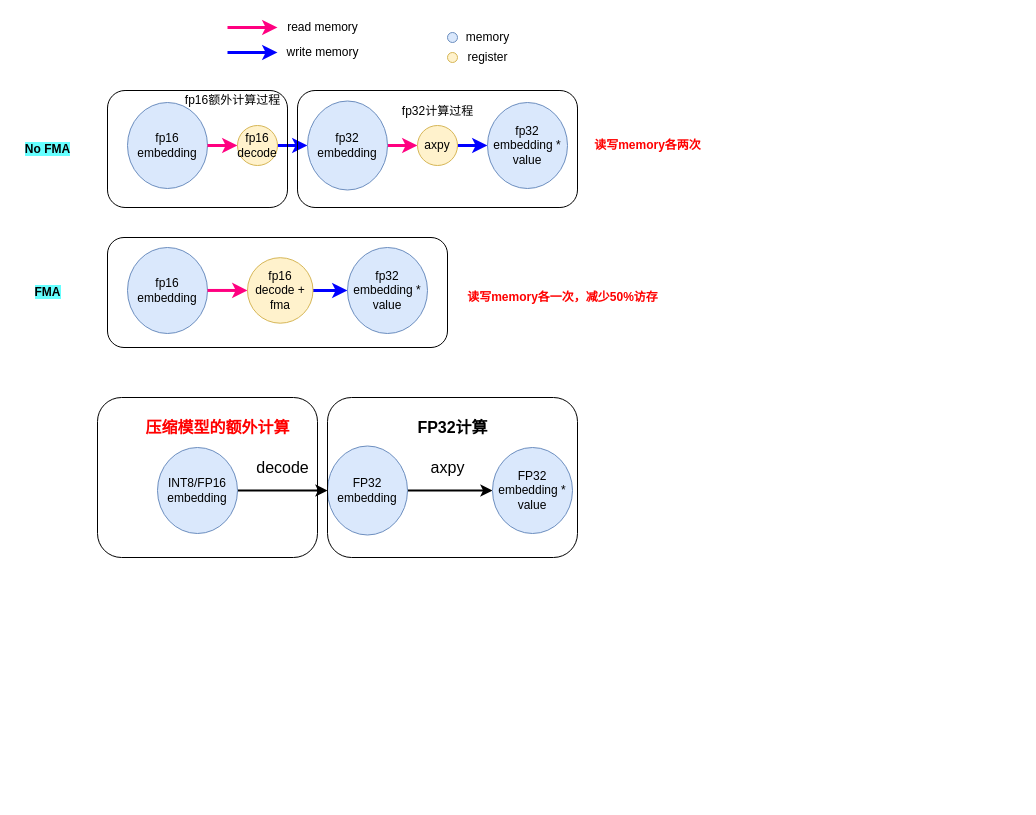
Above: Build Input.drawio in 111qqz/2018FALL (draw.io), before the change. Source tidied: cells renumbered, new cells numbered last; positions are measured from the earlier drawing's top-left corner, leaving out a move shared by most shapes. Both pictures are drawn from the tidied source at 100%, with x=0, y=0 at pixel (17, 17).
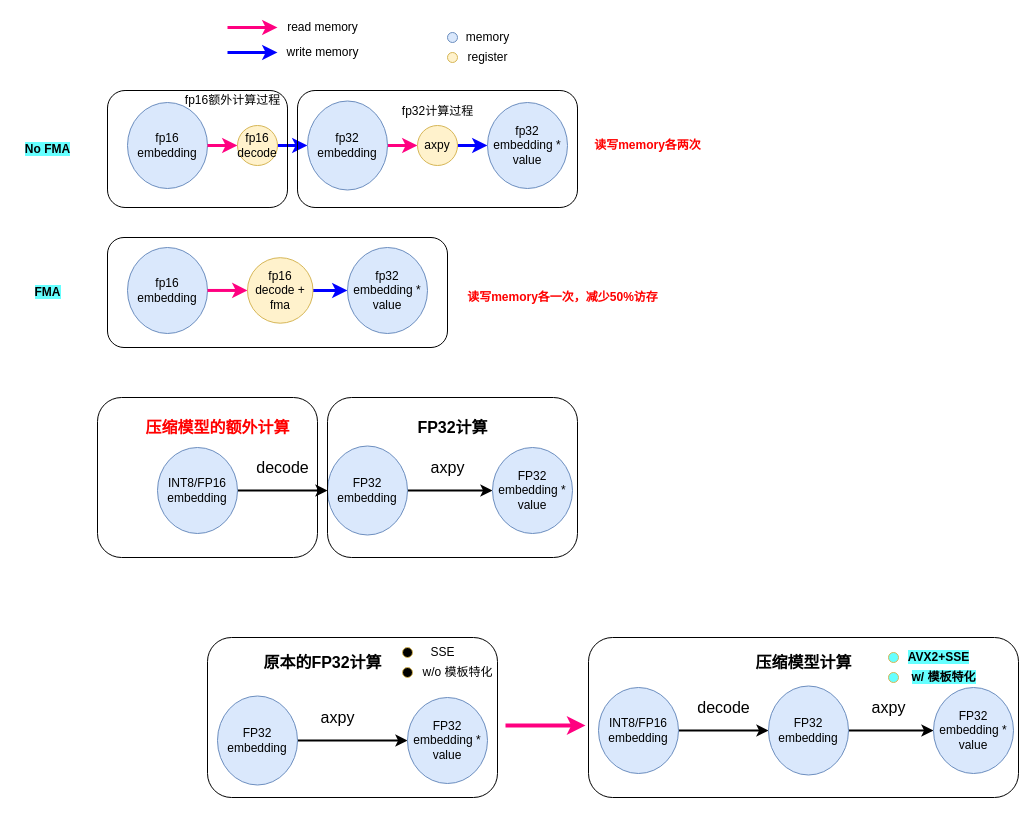
The same diagram, later.

Commit message:
添加速度为什么比FP32计算快的解释

Diff of the diagram source:
```diff
@@
+    <mxCell id="44" style="edgeStyle=orthogonalEdgeStyle;rounded=0;jettySize=auto;html=1;entryX=0;entryY=0.5;entryDx=0;entryDy=0;fontSize=16;fontColor=#000000;strokeWidth=2;" parent="1" edge="1" source="45" target="46">
+      <mxGeometry relative="1" as="geometry" />
+    </mxCell>
+    <mxCell id="45" value="FP32 embedding" style="ellipse;whiteSpace=wrap;html=1;fillColor=#dae8fc;strokeColor=#6c8ebf;" parent="1" vertex="1">
+      <mxGeometry x="200" y="678.5" width="80" height="89" as="geometry" />
+    </mxCell>
+    <mxCell id="46" value="FP32 embedding * value" style="ellipse;whiteSpace=wrap;html=1;fillColor=#dae8fc;strokeColor=#6c8ebf;" parent="1" vertex="1">
+      <mxGeometry x="390" y="680" width="80" height="86" as="geometry" />
+    </mxCell>
+    <mxCell id="47" value="axpy" style="text;html=1;align=center;verticalAlign=middle;strokeColor=none;fillColor=none;fontSize=16;fontColor=#000000;" parent="1" vertex="1">
+      <mxGeometry x="295" y="690" width="50" height="20" as="geometry" />
+    </mxCell>
+    <mxCell id="48" style="rounded=1;whiteSpace=wrap;html=1;fillColor=none;" parent="1" vertex="1">
+      <mxGeometry x="190" y="620" width="290" height="160" as="geometry" />
+    </mxCell>
+    <mxCell id="49" value="&lt;font color=&quot;#000000&quot;&gt;&lt;span style=&quot;font-size: 16px&quot;&gt;&lt;b&gt;原本的FP32计算&lt;/b&gt;&lt;/span&gt;&lt;/font&gt;" style="text;html=1;align=center;verticalAlign=middle;strokeColor=none;fillColor=none;fontSize=14;fontColor=#42FFEC;" parent="1" vertex="1">
+      <mxGeometry x="240" y="635" width="130" height="20" as="geometry" />
+    </mxCell>
+    <mxCell id="50" value="SSE" style="text;html=1;align=center;verticalAlign=middle;strokeColor=none;fillColor=none;" parent="1" vertex="1">
+      <mxGeometry x="405" y="625" width="40" height="20" as="geometry" />
+    </mxCell>
+    <mxCell id="51" style="ellipse;whiteSpace=wrap;html=1;fillColor=#000000;strokeColor=#d6b656;" parent="1" vertex="1">
+      <mxGeometry x="385" y="650" width="10" height="10" as="geometry" />
+    </mxCell>
+    <mxCell id="52" value="w/o 模板特化" style="text;html=1;align=center;verticalAlign=middle;strokeColor=none;fillColor=none;" parent="1" vertex="1">
+      <mxGeometry x="395" y="645" width="90" height="20" as="geometry" />
+    </mxCell>
+    <mxCell id="53" style="ellipse;whiteSpace=wrap;html=1;fillColor=#000000;strokeColor=#d6b656;" parent="1" vertex="1">
+      <mxGeometry x="385" y="630" width="10" height="10" as="geometry" />
+    </mxCell>
+    <mxCell id="54" style="edgeStyle=orthogonalEdgeStyle;rounded=0;jettySize=auto;html=1;entryX=0;entryY=0.5;entryDx=0;entryDy=0;fontSize=16;fontColor=#000000;strokeWidth=2;" parent="1" edge="1" source="55" target="57">
+      <mxGeometry relative="1" as="geometry" />
+    </mxCell>
+    <mxCell id="55" value="INT8/FP16 embedding" style="ellipse;whiteSpace=wrap;html=1;fillColor=#dae8fc;strokeColor=#6c8ebf;" parent="1" vertex="1">
+      <mxGeometry x="581" y="670" width="80" height="86" as="geometry" />
+    </mxCell>
+    <mxCell id="56" style="edgeStyle=orthogonalEdgeStyle;rounded=0;jettySize=auto;html=1;entryX=0;entryY=0.5;entryDx=0;entryDy=0;fontSize=16;fontColor=#000000;strokeWidth=2;" parent="1" edge="1" source="57" target="58">
+      <mxGeometry relative="1" as="geometry" />
+    </mxCell>
+    <mxCell id="57" value="FP32 embedding" style="ellipse;whiteSpace=wrap;html=1;fillColor=#dae8fc;strokeColor=#6c8ebf;" parent="1" vertex="1">
+      <mxGeometry x="751" y="668.5" width="80" height="89" as="geometry" />
+    </mxCell>
+    <mxCell id="58" value="FP32 embedding * value" style="ellipse;whiteSpace=wrap;html=1;fillColor=#dae8fc;strokeColor=#6c8ebf;" parent="1" vertex="1">
+      <mxGeometry x="916" y="670" width="80" height="86" as="geometry" />
+    </mxCell>
+    <mxCell id="59" value="decode" style="text;html=1;align=center;verticalAlign=middle;strokeColor=none;fillColor=none;fontSize=16;fontColor=#000000;" parent="1" vertex="1">
+      <mxGeometry x="671" y="680" width="70" height="20" as="geometry" />
+    </mxCell>
+    <mxCell id="60" value="axpy" style="text;html=1;align=center;verticalAlign=middle;strokeColor=none;fillColor=none;fontSize=16;fontColor=#000000;" parent="1" vertex="1">
+      <mxGeometry x="846" y="680" width="50" height="20" as="geometry" />
+    </mxCell>
+    <mxCell id="61" style="rounded=1;whiteSpace=wrap;html=1;fillColor=none;" parent="1" vertex="1">
+      <mxGeometry x="571" y="620" width="430" height="160" as="geometry" />
+    </mxCell>
+    <mxCell id="62" value="&lt;font color=&quot;#000000&quot;&gt;&lt;span style=&quot;font-size: 16px&quot;&gt;&lt;b&gt;压缩模型计算&lt;/b&gt;&lt;/span&gt;&lt;/font&gt;" style="text;html=1;align=center;verticalAlign=middle;strokeColor=none;fillColor=none;fontSize=14;fontColor=#42FFEC;" parent="1" vertex="1">
+      <mxGeometry x="731" y="635" width="110" height="20" as="geometry" />
+    </mxCell>
+    <mxCell id="63" value="&lt;span style=&quot;background-color: rgb(102 , 255 , 255)&quot;&gt;&lt;b&gt;AVX2+SSE&lt;/b&gt;&lt;/span&gt;" style="text;html=1;align=center;verticalAlign=middle;strokeColor=none;fillColor=none;" parent="1" vertex="1">
+      <mxGeometry x="881" y="630" width="80" height="20" as="geometry" />
+    </mxCell>
+    <mxCell id="64" style="ellipse;whiteSpace=wrap;html=1;fillColor=#66FFFF;strokeColor=#d6b656;" parent="1" vertex="1">
+      <mxGeometry x="871" y="655" width="10" height="10" as="geometry" />
+    </mxCell>
+    <mxCell id="65" value="&lt;span style=&quot;background-color: rgb(102 , 255 , 255)&quot;&gt;&lt;b&gt;w/ 模板特化&lt;/b&gt;&lt;/span&gt;" style="text;html=1;align=center;verticalAlign=middle;strokeColor=none;fillColor=none;" parent="1" vertex="1">
+      <mxGeometry x="886" y="650" width="80" height="20" as="geometry" />
+    </mxCell>
+    <mxCell id="66" style="ellipse;whiteSpace=wrap;html=1;fillColor=#66FFFF;strokeColor=#d6b656;" parent="1" vertex="1">
+      <mxGeometry x="871" y="635" width="10" height="10" as="geometry" />
+    </mxCell>
+    <mxCell id="67" style="edgeStyle=orthogonalEdgeStyle;rounded=0;orthogonalLoop=1;jettySize=auto;html=1;endArrow=classic;strokeWidth=4;strokeColor=#FF0080;startArrow=none;startFill=0;endFill=1;" parent="1" edge="1">
+      <mxGeometry relative="1" as="geometry">
+        <mxPoint x="488" y="708" as="sourcePoint" />
+        <mxPoint x="568" y="708" as="targetPoint" />
+        <Array as="points">
+          <mxPoint x="520" y="708" />
+          <mxPoint x="520" y="708" />
+        </Array>
+      </mxGeometry>
+    </mxCell>
```
